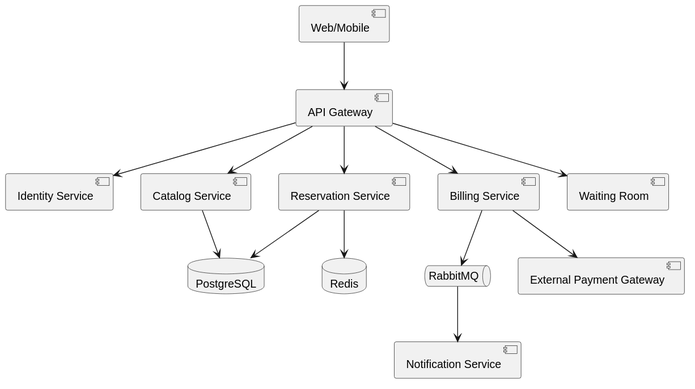
Before: docs/diagrams/export/component-diagram.svg, a diagram exported from PlantUML (Hessam-Hosseinian/event-ticketing-platform).
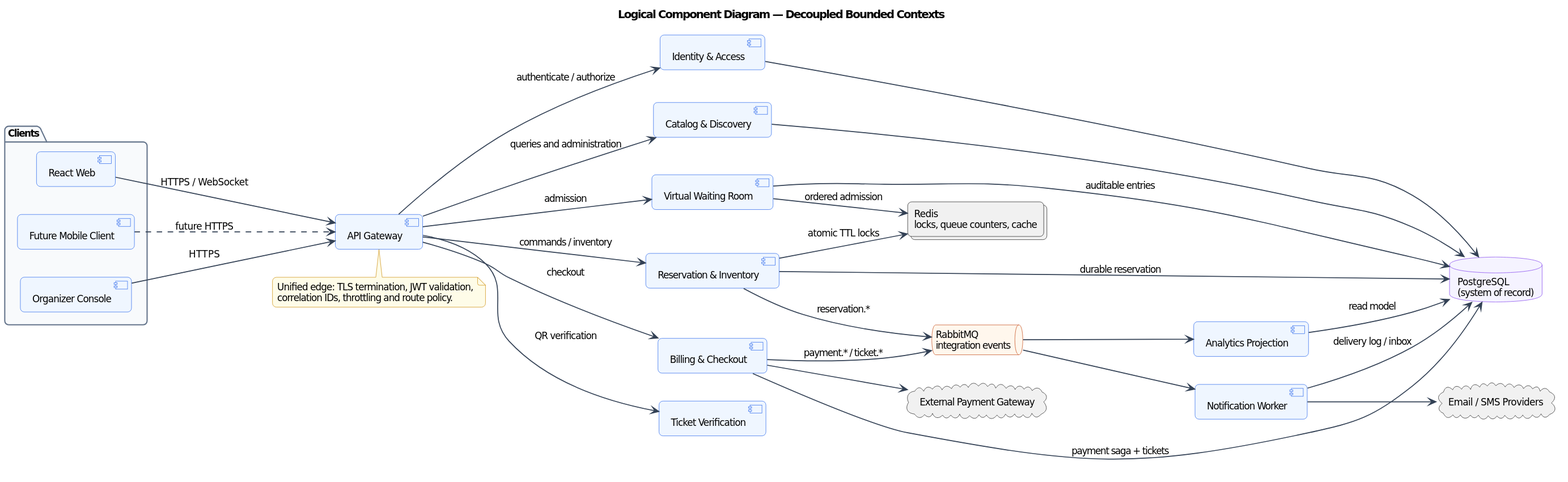
After the change.

Change to the diagram source:
```diff
@@ -1,17 +1,52 @@
 @startuml
-[Web/Mobile] --> [API Gateway]
-[API Gateway] --> [Identity Service]
-[API Gateway] --> [Catalog Service]
-[API Gateway] --> [Reservation Service]
-[API Gateway] --> [Billing Service]
-[API Gateway] --> [Waiting Room]
-database PostgreSQL as PG
-database Redis as RD
-queue RabbitMQ as MQ
-[Reservation Service] --> PG
-[Reservation Service] --> RD
-[Billing Service] --> [External Payment Gateway]
-[Billing Service] --> MQ
-MQ --> [Notification Service]
-[Catalog Service] --> PG
+!include theme.iuml
+title Logical Component Diagram — Decoupled Bounded Contexts
+left to right direction
+package "Clients" {
+  [React Web] as Web
+  [Future Mobile Client] as Mobile
+  [Organizer Console] as Console
+}
+[API Gateway] as Gateway
+[Identity & Access] as Identity
+[Catalog & Discovery] as Catalog
+[Reservation & Inventory] as Reservation
+[Virtual Waiting Room] as Waiting
+[Billing & Checkout] as Billing
+[Ticket Verification] as Tickets
+[Notification Worker] as Notification
+[Analytics Projection] as Analytics
+database "PostgreSQL\n(system of record)" as PostgreSQL
+collections "Redis\nlocks, queue counters, cache" as Redis
+queue "RabbitMQ\nintegration events" as RabbitMQ
+cloud "External Payment Gateway" as PaymentGateway
+cloud "Email / SMS Providers" as Providers
+Web --> Gateway : HTTPS / WebSocket
+Mobile ..> Gateway : future HTTPS
+Console --> Gateway : HTTPS
+Gateway --> Identity : authenticate / authorize
+Gateway --> Catalog : queries and administration
+Gateway --> Waiting : admission
+Gateway --> Reservation : commands / inventory
+Gateway --> Billing : checkout
+Gateway --> Tickets : QR verification
+Identity --> PostgreSQL
+Catalog --> PostgreSQL
+Reservation --> PostgreSQL : durable reservation
+Reservation --> Redis : atomic TTL locks
+Waiting --> Redis : ordered admission
+Waiting --> PostgreSQL : auditable entries
+Billing --> PostgreSQL : payment saga + tickets
+Billing --> PaymentGateway
+Billing --> RabbitMQ : payment.* / ticket.*
+Reservation --> RabbitMQ : reservation.*
+RabbitMQ --> Notification
+RabbitMQ --> Analytics
+Notification --> PostgreSQL : delivery log / inbox
+Notification --> Providers
+Analytics --> PostgreSQL : read model
+note bottom of Gateway
+  Unified edge: TLS termination, JWT validation,
+  correlation IDs, throttling and route policy.
+end note
 @enduml
```
